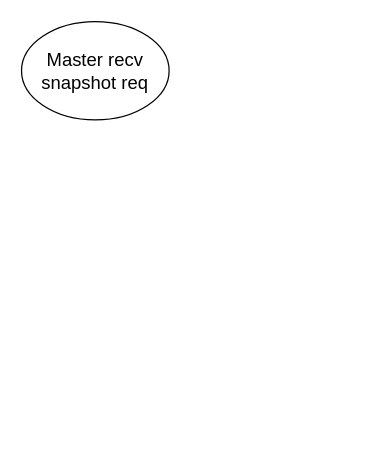
ywq1113/scripts keeps this draw.io diagram as snapshot.drawio. Above is the earlier version. Source tidied: cells renumbered, new cells numbered last; positions are measured from the earlier drawing's top-left corner, leaving out a move shared by most shapes. Both pictures are drawn from the tidied source at 123%, with x=0, y=0 at pixel (21, 21).
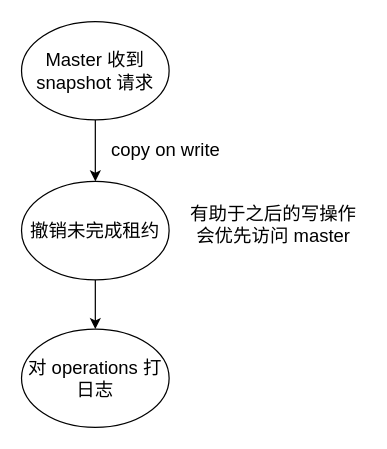
The same page after the edit.

Diff of the diagram source:
```diff
@@
 <mxGraphModel>
   <root>
     <mxCell id="0" />
     <mxCell id="1" parent="0" />
+    <mxCell id="3" style="edgeStyle=orthogonalEdgeStyle;rounded=0;jettySize=auto;html=1;" parent="1" edge="1" source="2" target="5">
+      <mxGeometry relative="1" as="geometry" />
+    </mxCell>
-    <mxCell id="2" value="&lt;font style=&quot;font-size: 15px&quot;&gt;Master recv&lt;br&gt;snapshot req&lt;/font&gt;" style="ellipse;whiteSpace=wrap;html=1;" parent="1" vertex="1">
+    <mxCell id="2" value="&lt;font style=&quot;font-size: 15px&quot;&gt;Master 收到&lt;br&gt;snapshot 请求&lt;/font&gt;" style="ellipse;whiteSpace=wrap;html=1;" parent="1" vertex="1">
       <mxGeometry width="120" height="80" as="geometry" />
     </mxCell>
+    <mxCell id="4" style="edgeStyle=orthogonalEdgeStyle;rounded=0;jettySize=auto;html=1;" parent="1" edge="1" source="5" target="7">
+      <mxGeometry relative="1" as="geometry" />
+    </mxCell>
+    <mxCell id="5" value="&lt;font style=&quot;font-size: 15px&quot;&gt;撤销未完成租约&lt;/font&gt;" style="ellipse;whiteSpace=wrap;html=1;" parent="1" vertex="1">
+      <mxGeometry y="130" width="120" height="80" as="geometry" />
+    </mxCell>
+    <mxCell id="6" value="&lt;font style=&quot;font-size: 15px&quot;&gt;有助于之后的写操作会优先访问 master&lt;/font&gt;" style="text;html=1;strokeColor=none;fillColor=none;align=center;verticalAlign=middle;whiteSpace=wrap;rounded=0;" parent="1" vertex="1">
+      <mxGeometry x="130" y="130" width="150" height="70" as="geometry" />
+    </mxCell>
+    <mxCell id="7" value="&lt;font style=&quot;font-size: 15px&quot;&gt;对 operations 打日志&lt;/font&gt;" style="ellipse;whiteSpace=wrap;html=1;" parent="1" vertex="1">
+      <mxGeometry y="250" width="120" height="80" as="geometry" />
+    </mxCell>
+    <mxCell id="8" value="&lt;font style=&quot;font-size: 15px&quot;&gt;copy on write&lt;/font&gt;" style="text;html=1;align=center;verticalAlign=middle;" parent="1" vertex="1">
+      <mxGeometry x="67" y="94" width="100" height="20" as="geometry" />
+    </mxCell>
   </root>
 </mxGraphModel>
```
